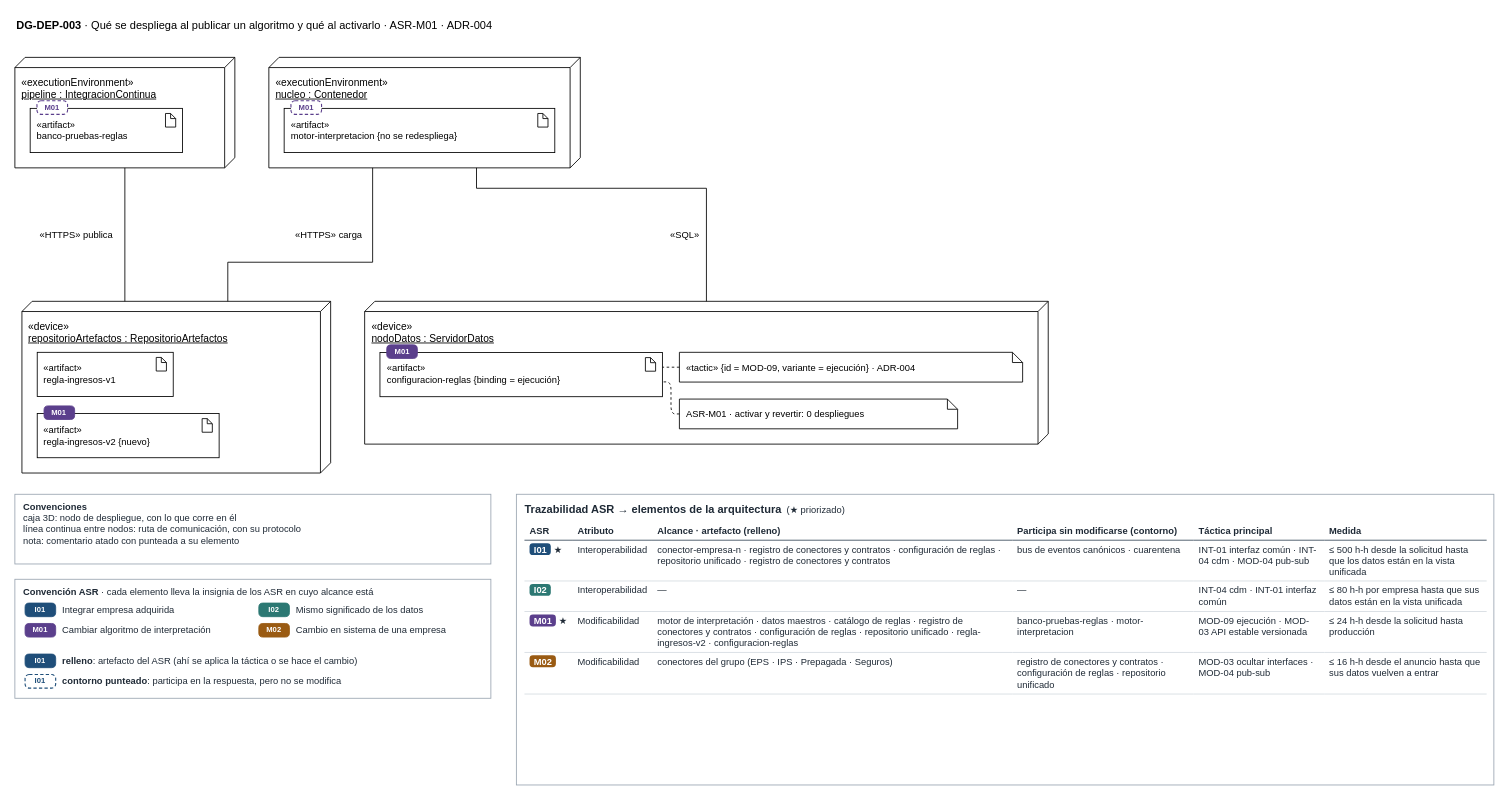
The draw.io diagram page "DG-DEP-003 · Qué se despliega al publicar un algoritmo" (3 of 3) of docs/modelos/drawio/Reto3-Vista-Despliegue.drawio in MATI-MBIT/arqsoft-reto-3, before the edit. Source tidied: cells renumbered, new cells numbered last; positions are measured from the earlier drawing's top-left corner, leaving out a move shared by most shapes. Both pictures are drawn from the tidied source at 85%, with x=0, y=0 at pixel (14, 14).
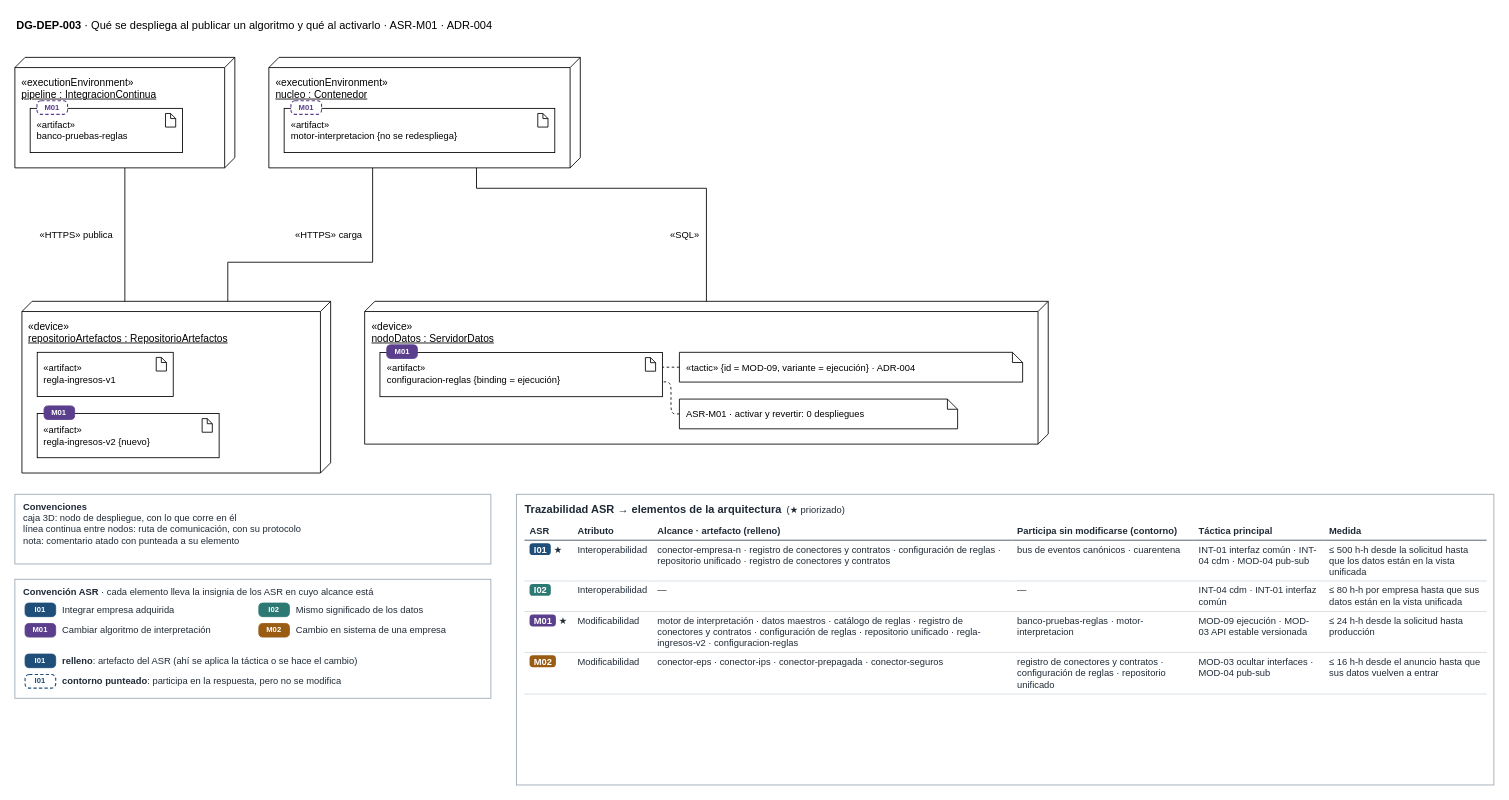
The same diagram, later.

Diff of the diagram source:
```diff
@@
-    <mxCell id="42" value="&lt;b style=&quot;font-size:13px&quot;&gt;Trazabilidad ASR → elementos de la arquitectura&lt;/b&gt; &amp;nbsp;(★ priorizado)&lt;table style=&quot;border-collapse:collapse;width:100%;margin-top:6px;font-size:11px&quot;&gt;&lt;tr&gt;&lt;th style=&quot;border-bottom:1.5px solid #3B4B5C;text-align:left;padding:4px 6px&quot;&gt;ASR&lt;/th&gt;&lt;th style=&quot;border-bottom:1.5px solid #3B4B5C;text-align:left;padding:4px 6px&quot;&gt;Atributo&lt;/th&gt;&lt;th style=&quot;border-bottom:1.5px solid #3B4B5C;text-align:left;padding:4px 6px&quot;&gt;Alcance · artefacto (relleno)&lt;/th&gt;&lt;th style=&quot;border-bottom:1.5px solid #3B4B5C;text-align:left;padding:4px 6px&quot;&gt;Participa sin modificarse (contorno)&lt;/th&gt;&lt;th style=&quot;border-bottom:1.5px solid #3B4B5C;text-align:left;padding:4px 6px&quot;&gt;Táctica principal&lt;/th&gt;&lt;th style=&quot;border-bottom:1.5px solid #3B4B5C;text-align:left;padding:4px 6px&quot;&gt;Medida&lt;/th&gt;&lt;/tr&gt;&lt;tr&gt;&lt;td style=&quot;border-bottom:1px solid #D5DBE1;padding:4px 6px;vertical-align:top;white-space:nowrap&quot;&gt;&lt;span style=&quot;background:#1F4E79;color:#fff;font-weight:bold;padding:1px 5px;border-radius:4px&quot;&gt;I01&lt;/span&gt; ★&lt;/td&gt;&lt;td style=&quot;border-bottom:1px solid #D5DBE1;padding:4px 6px;vertical-align:top&quot;&gt;Interoperabilidad&lt;/td&gt;&lt;td style=&quot;border-bottom:1px solid #D5DBE1;padding:4px 6px;vertical-align:top&quot;&gt;conector-empresa-n · registro de conectores y contratos · configuración de reglas · repositorio unificado · registro de conectores y contratos&lt;/td&gt;&lt;td style=&quot;border-bottom:1px solid #D5DBE1;padding:4px 6px;vertical-align:top&quot;&gt;bus de eventos canónicos · cuarentena&lt;/td&gt;&lt;td style=&quot;border-bottom:1px solid #D5DBE1;padding:4px 6px;vertical-align:top&quot;&gt;INT-01 interfaz común · INT-04 cdm · MOD-04 pub-sub&lt;/td&gt;&lt;td style=&quot;border-bottom:1px solid #D5DBE1;padding:4px 6px;vertical-align:top&quot;&gt;≤ 500 h-h desde la solicitud hasta que los datos están en la vista unificada&lt;/td&gt;&lt;/tr&gt;&lt;tr&gt;&lt;td style=&quot;border-bottom:1px solid #D5DBE1;padding:4px 6px;vertical-align:top;white-space:nowrap&quot;&gt;&lt;span style=&quot;background:#2C7873;color:#fff;font-weight:bold;padding:1px 5px;border-radius:4px&quot;&gt;I02&lt;/span&gt;&lt;/td&gt;&lt;td style=&quot;border-bottom:1px solid #D5DBE1;padding:4px 6px;vertical-align:top&quot;&gt;Interoperabilidad&lt;/td&gt;&lt;td style=&quot;border-bottom:1px solid #D5DBE1;padding:4px 6px;vertical-align:top&quot;&gt;—&lt;/td&gt;&lt;td style=&quot;border-bottom:1px solid #D5DBE1;padding:4px 6px;vertical-align:top&quot;&gt;—&lt;/td&gt;&lt;td style=&quot;border-bottom:1px solid #D5DBE1;padding:4px 6px;vertical-align:top&quot;&gt;INT-04 cdm · INT-01 interfaz común&lt;/td&gt;&lt;td style=&quot;border-bottom:1px solid #D5DBE1;padding:4px 6px;vertical-align:top&quot;&gt;≤ 80 h-h por empresa hasta que sus datos están en la vista unificada&lt;/td&gt;&lt;/tr&gt;&lt;tr&gt;&lt;td style=&quot;border-bottom:1px solid #D5DBE1;padding:4px 6px;vertical-align:top;white-space:nowrap&quot;&gt;&lt;span style=&quot;background:#5B3F8C;color:#fff;font-weight:bold;padding:1px 5px;border-radius:4px&quot;&gt;M01&lt;/span&gt; ★&lt;/td&gt;&lt;td style=&quot;border-bottom:1px solid #D5DBE1;padding:4px 6px;vertical-align:top&quot;&gt;Modificabilidad&lt;/td&gt;&lt;td style=&quot;border-bottom:1px solid #D5DBE1;padding:4px 6px;vertical-align:top&quot;&gt;motor de interpretación · datos maestros · catálogo de reglas · registro de conectores y contratos · configuración de reglas · repositorio unificado · regla-ingresos-v2 · configuracion-reglas&lt;/td&gt;&lt;td style=&quot;border-bottom:1px solid #D5DBE1;padding:4px 6px;vertical-align:top&quot;&gt;banco-pruebas-reglas · motor-interpretacion&lt;/td&gt;&lt;td style=&quot;border-bottom:1px solid #D5DBE1;padding:4px 6px;vertical-align:top&quot;&gt;MOD-09 ejecución · MOD-03 API estable versionada&lt;/td&gt;&lt;td style=&quot;border-bottom:1px solid #D5DBE1;padding:4px 6px;vertical-align:top&quot;&gt;≤ 24 h-h desde la solicitud hasta producción&lt;/td&gt;&lt;/tr&gt;&lt;tr&gt;&lt;td style=&quot;border-bottom:1px solid #D5DBE1;padding:4px 6px;vertical-align:top;white-space:nowrap&quot;&gt;&lt;span style=&quot;background:#9A5B13;color:#fff;font-weight:bold;padding:1px 5px;border-radius:4px&quot;&gt;M02&lt;/span&gt;&lt;/td&gt;&lt;td style=&quot;border-bottom:1px solid #D5DBE1;padding:4px 6px;vertical-align:top&quot;&gt;Modificabilidad&lt;/td&gt;&lt;td style=&quot;border-bottom:1px solid #D5DBE1;padding:4px 6px;vertical-align:top&quot;&gt;conectores del grupo (EPS · IPS · Prepagada · Seguros)&lt;/td&gt;&lt;td style=&quot;border-bottom:1px solid #D5DBE1;padding:4px 6px;vertical-align:top&quot;&gt;registro de conectores y contratos · configuración de reglas · repositorio unificado&lt;/td&gt;&lt;td style=&quot;border-bottom:1px solid #D5DBE1;padding:4px 6px;vertical-align:top&quot;&gt;MOD-03 ocultar interfaces · MOD-04 pub-sub&lt;/td&gt;&lt;td style=&quot;border-bottom:1px solid #D5DBE1;padding:4px 6px;vertical-align:top&quot;&gt;≤ 16 h-h desde el anuncio hasta que sus datos vuelven a entrar&lt;/td&gt;&lt;/tr&gt;&lt;/table&gt;" style="text;rounded=0;whiteSpace=wrap;html=1;fillColor=#FFFFFF;strokeColor=#9AA5B1;align=left;verticalAlign=top;spacingLeft=8;spacingRight=8;spacingTop=4;fontFamily=Helvetica;fontSize=11;fontColor=#1F2A36;" parent="1" vertex="1">
+    <mxCell id="42" value="&lt;b style=&quot;font-size:13px&quot;&gt;Trazabilidad ASR → elementos de la arquitectura&lt;/b&gt; &amp;nbsp;(★ priorizado)&lt;table style=&quot;border-collapse:collapse;width:100%;margin-top:6px;font-size:11px&quot;&gt;&lt;tr&gt;&lt;th style=&quot;border-bottom:1.5px solid #3B4B5C;text-align:left;padding:4px 6px&quot;&gt;ASR&lt;/th&gt;&lt;th style=&quot;border-bottom:1.5px solid #3B4B5C;text-align:left;padding:4px 6px&quot;&gt;Atributo&lt;/th&gt;&lt;th style=&quot;border-bottom:1.5px solid #3B4B5C;text-align:left;padding:4px 6px&quot;&gt;Alcance · artefacto (relleno)&lt;/th&gt;&lt;th style=&quot;border-bottom:1.5px solid #3B4B5C;text-align:left;padding:4px 6px&quot;&gt;Participa sin modificarse (contorno)&lt;/th&gt;&lt;th style=&quot;border-bottom:1.5px solid #3B4B5C;text-align:left;padding:4px 6px&quot;&gt;Táctica principal&lt;/th&gt;&lt;th style=&quot;border-bottom:1.5px solid #3B4B5C;text-align:left;padding:4px 6px&quot;&gt;Medida&lt;/th&gt;&lt;/tr&gt;&lt;tr&gt;&lt;td style=&quot;border-bottom:1px solid #D5DBE1;padding:4px 6px;vertical-align:top;white-space:nowrap&quot;&gt;&lt;span style=&quot;background:#1F4E79;color:#fff;font-weight:bold;padding:1px 5px;border-radius:4px&quot;&gt;I01&lt;/span&gt; ★&lt;/td&gt;&lt;td style=&quot;border-bottom:1px solid #D5DBE1;padding:4px 6px;vertical-align:top&quot;&gt;Interoperabilidad&lt;/td&gt;&lt;td style=&quot;border-bottom:1px solid #D5DBE1;padding:4px 6px;vertical-align:top&quot;&gt;conector-empresa-n · registro de conectores y contratos · configuración de reglas · repositorio unificado · registro de conectores y contratos&lt;/td&gt;&lt;td style=&quot;border-bottom:1px solid #D5DBE1;padding:4px 6px;vertical-align:top&quot;&gt;bus de eventos canónicos · cuarentena&lt;/td&gt;&lt;td style=&quot;border-bottom:1px solid #D5DBE1;padding:4px 6px;vertical-align:top&quot;&gt;INT-01 interfaz común · INT-04 cdm · MOD-04 pub-sub&lt;/td&gt;&lt;td style=&quot;border-bottom:1px solid #D5DBE1;padding:4px 6px;vertical-align:top&quot;&gt;≤ 500 h-h desde la solicitud hasta que los datos están en la vista unificada&lt;/td&gt;&lt;/tr&gt;&lt;tr&gt;&lt;td style=&quot;border-bottom:1px solid #D5DBE1;padding:4px 6px;vertical-align:top;white-space:nowrap&quot;&gt;&lt;span style=&quot;background:#2C7873;color:#fff;font-weight:bold;padding:1px 5px;border-radius:4px&quot;&gt;I02&lt;/span&gt;&lt;/td&gt;&lt;td style=&quot;border-bottom:1px solid #D5DBE1;padding:4px 6px;vertical-align:top&quot;&gt;Interoperabilidad&lt;/td&gt;&lt;td style=&quot;border-bottom:1px solid #D5DBE1;padding:4px 6px;vertical-align:top&quot;&gt;—&lt;/td&gt;&lt;td style=&quot;border-bottom:1px solid #D5DBE1;padding:4px 6px;vertical-align:top&quot;&gt;—&lt;/td&gt;&lt;td style=&quot;border-bottom:1px solid #D5DBE1;padding:4px 6px;vertical-align:top&quot;&gt;INT-04 cdm · INT-01 interfaz común&lt;/td&gt;&lt;td style=&quot;border-bottom:1px solid #D5DBE1;padding:4px 6px;vertical-align:top&quot;&gt;≤ 80 h-h por empresa hasta que sus datos están en la vista unificada&lt;/td&gt;&lt;/tr&gt;&lt;tr&gt;&lt;td style=&quot;border-bottom:1px solid #D5DBE1;padding:4px 6px;vertical-align:top;white-space:nowrap&quot;&gt;&lt;span style=&quot;background:#5B3F8C;color:#fff;font-weight:bold;padding:1px 5px;border-radius:4px&quot;&gt;M01&lt;/span&gt; ★&lt;/td&gt;&lt;td style=&quot;border-bottom:1px solid #D5DBE1;padding:4px 6px;vertical-align:top&quot;&gt;Modificabilidad&lt;/td&gt;&lt;td style=&quot;border-bottom:1px solid #D5DBE1;padding:4px 6px;vertical-align:top&quot;&gt;motor de interpretación · datos maestros · catálogo de reglas · registro de conectores y contratos · configuración de reglas · repositorio unificado · regla-ingresos-v2 · configuracion-reglas&lt;/td&gt;&lt;td style=&quot;border-bottom:1px solid #D5DBE1;padding:4px 6px;vertical-align:top&quot;&gt;banco-pruebas-reglas · motor-interpretacion&lt;/td&gt;&lt;td style=&quot;border-bottom:1px solid #D5DBE1;padding:4px 6px;vertical-align:top&quot;&gt;MOD-09 ejecución · MOD-03 API estable versionada&lt;/td&gt;&lt;td style=&quot;border-bottom:1px solid #D5DBE1;padding:4px 6px;vertical-align:top&quot;&gt;≤ 24 h-h desde la solicitud hasta producción&lt;/td&gt;&lt;/tr&gt;&lt;tr&gt;&lt;td style=&quot;border-bottom:1px solid #D5DBE1;padding:4px 6px;vertical-align:top;white-space:nowrap&quot;&gt;&lt;span style=&quot;background:#9A5B13;color:#fff;font-weight:bold;padding:1px 5px;border-radius:4px&quot;&gt;M02&lt;/span&gt;&lt;/td&gt;&lt;td style=&quot;border-bottom:1px solid #D5DBE1;padding:4px 6px;vertical-align:top&quot;&gt;Modificabilidad&lt;/td&gt;&lt;td style=&quot;border-bottom:1px solid #D5DBE1;padding:4px 6px;vertical-align:top&quot;&gt;conector-eps · conector-ips · conector-prepagada · conector-seguros&lt;/td&gt;&lt;td style=&quot;border-bottom:1px solid #D5DBE1;padding:4px 6px;vertical-align:top&quot;&gt;registro de conectores y contratos · configuración de reglas · repositorio unificado&lt;/td&gt;&lt;td style=&quot;border-bottom:1px solid #D5DBE1;padding:4px 6px;vertical-align:top&quot;&gt;MOD-03 ocultar interfaces · MOD-04 pub-sub&lt;/td&gt;&lt;td style=&quot;border-bottom:1px solid #D5DBE1;padding:4px 6px;vertical-align:top&quot;&gt;≤ 16 h-h desde el anuncio hasta que sus datos vuelven a entrar&lt;/td&gt;&lt;/tr&gt;&lt;/table&gt;" style="text;rounded=0;whiteSpace=wrap;html=1;fillColor=#FFFFFF;strokeColor=#9AA5B1;align=left;verticalAlign=top;spacingLeft=8;spacingRight=8;spacingTop=4;fontFamily=Helvetica;fontSize=11;fontColor=#1F2A36;" parent="1" vertex="1">
       <mxGeometry x="590" y="564" width="1150" height="342" as="geometry" />
     </mxCell>
```
